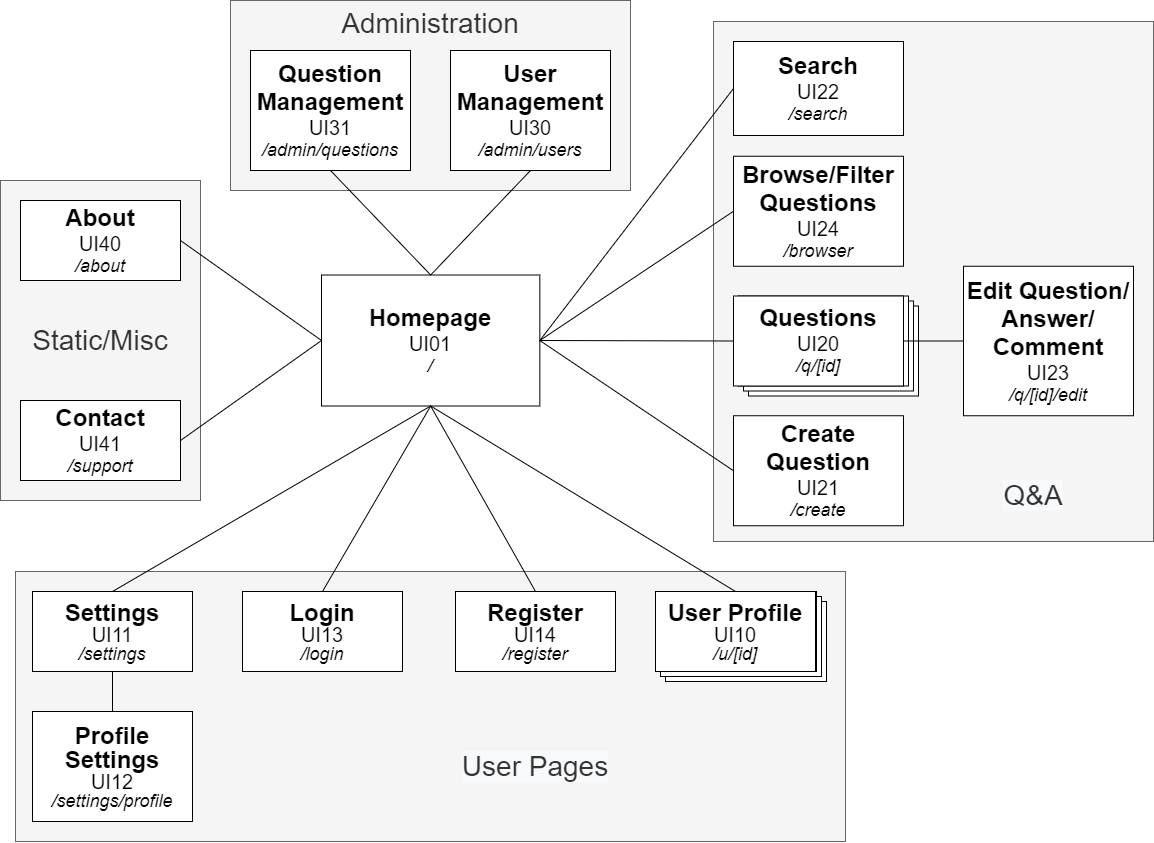
Above: img/sitemap.drawio.png in FabioMiguel2000/iNeedHelp (draw.io), before the change. Source tidied: cells renumbered, new cells last; positions are measured from the earlier drawing's top-left corner, leaving out a move shared by most shapes.
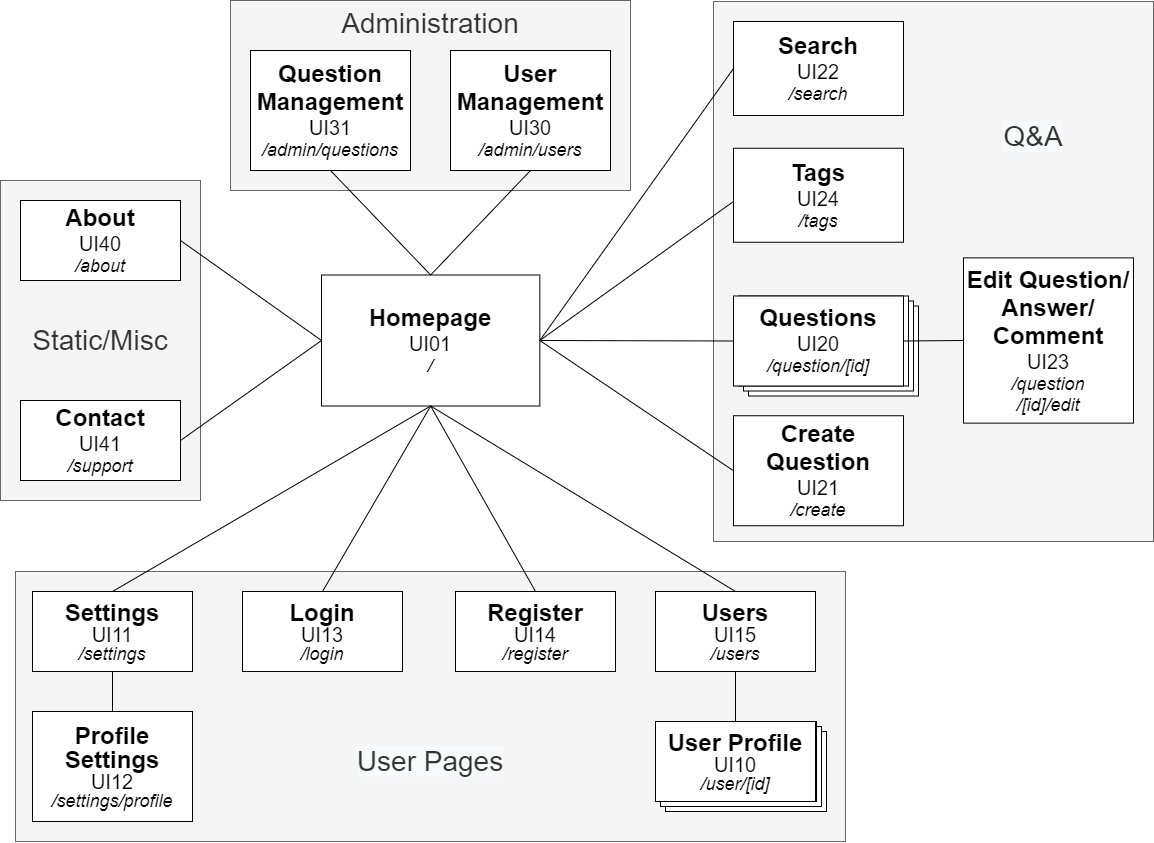
The same diagram one commit later.

Change to the diagram source:
```diff
@@ -3,13 +3,13 @@
     <mxCell id="0" />
     <mxCell id="1" parent="0" />
     <mxCell id="2" style="rounded=0;whiteSpace=wrap;html=1;fontColor=#333333;strokeColor=#666666;fillColor=#f5f5f5;verticalAlign=bottom;align=right;" parent="1" vertex="1">
-      <mxGeometry x="713" y="21" width="440" height="520" as="geometry" />
+      <mxGeometry x="713" y="1" width="440" height="540" as="geometry" />
     </mxCell>
     <mxCell id="3" style="rounded=0;whiteSpace=wrap;html=1;fontSize=28;fontColor=#333333;strokeColor=#666666;fillColor=#f5f5f5;verticalAlign=bottom;" parent="1" vertex="1">
       <mxGeometry x="15" y="571" width="830" height="270" as="geometry" />
     </mxCell>
     <mxCell id="4" style="verticalLabelPosition=bottom;verticalAlign=top;html=1;shape=mxgraph.basic.layered_rect;dx=10;fontSize=16;strokeWidth=1;" parent="1" vertex="1">
-      <mxGeometry x="655" y="591" width="171" height="90" as="geometry" />
+      <mxGeometry x="655" y="721" width="171" height="90" as="geometry" />
     </mxCell>
     <mxCell id="5" style="verticalLabelPosition=bottom;verticalAlign=top;html=1;shape=mxgraph.basic.layered_rect;dx=10;fontSize=16;strokeWidth=1;" parent="1" vertex="1">
       <mxGeometry x="738" y="295.5" width="180" height="100" as="geometry" />
@@ -23,16 +23,16 @@
     <mxCell id="8" value="&lt;font&gt;&lt;b&gt;&lt;font style=&quot;font-size: 24px&quot;&gt;Homepage&lt;/font&gt;&lt;br&gt;&lt;/b&gt;&lt;/font&gt;&lt;font&gt;&lt;span style=&quot;font-size: 20px&quot;&gt;UI01&lt;/span&gt;&lt;br&gt;&lt;font style=&quot;font-size: 18px&quot;&gt;&lt;i&gt;/&lt;/i&gt;&lt;/font&gt;&lt;br&gt;&lt;/font&gt;" style="rounded=0;whiteSpace=wrap;html=1;fillColor=default;strokeColor=default;fontColor=default;spacing=2;" parent="1" vertex="1">
       <mxGeometry x="321" y="274.5" width="218.3" height="131" as="geometry" />
     </mxCell>
-    <mxCell id="9" value="&lt;font&gt;&lt;b&gt;&lt;span style=&quot;font-size: 24px&quot;&gt;Questions&lt;/span&gt;&lt;br&gt;&lt;/b&gt;&lt;/font&gt;&lt;font&gt;&lt;span style=&quot;font-size: 20px&quot;&gt;UI20&lt;/span&gt;&lt;br&gt;&lt;font style=&quot;font-size: 18px&quot;&gt;&lt;i&gt;/q/[id]&lt;/i&gt;&lt;/font&gt;&lt;br&gt;&lt;/font&gt;" style="rounded=0;whiteSpace=wrap;html=1;fillColor=default;strokeColor=default;fontColor=default;shadow=0;spacing=2;" parent="1" vertex="1">
+    <mxCell id="9" value="&lt;font&gt;&lt;b&gt;&lt;span style=&quot;font-size: 24px&quot;&gt;Questions&lt;/span&gt;&lt;br&gt;&lt;/b&gt;&lt;/font&gt;&lt;font&gt;&lt;span style=&quot;font-size: 20px&quot;&gt;UI20&lt;/span&gt;&lt;br&gt;&lt;font style=&quot;font-size: 18px&quot;&gt;&lt;i&gt;/question/[id]&lt;/i&gt;&lt;/font&gt;&lt;br&gt;&lt;/font&gt;" style="rounded=0;whiteSpace=wrap;html=1;fillColor=default;strokeColor=default;fontColor=default;shadow=0;spacing=2;" parent="1" vertex="1">
       <mxGeometry x="733" y="295.5" width="170" height="90" as="geometry" />
     </mxCell>
     <mxCell id="10" style="endArrow=none;html=1;rounded=0;labelBackgroundColor=default;fontSize=18;fontColor=default;strokeColor=default;exitX=1;exitY=0.5;exitDx=0;exitDy=0;entryX=0;entryY=0.5;entryDx=0;entryDy=0;fillColor=default;spacing=2;" parent="1" edge="1" source="8" target="9">
       <mxGeometry relative="1" as="geometry" />
     </mxCell>
-    <mxCell id="11" value="&lt;p style=&quot;line-height: 1&quot;&gt;&lt;font&gt;&lt;b&gt;&lt;font style=&quot;font-size: 24px&quot;&gt;User Profile&lt;/font&gt;&lt;br&gt;&lt;/b&gt;&lt;/font&gt;&lt;font&gt;&lt;span style=&quot;font-size: 20px&quot;&gt;UI10&lt;/span&gt;&lt;br&gt;&lt;font style=&quot;font-size: 18px&quot;&gt;&lt;i&gt;/u/[id]&lt;/i&gt;&lt;/font&gt;&lt;br&gt;&lt;/font&gt;&lt;/p&gt;" style="rounded=0;whiteSpace=wrap;html=1;fillColor=default;strokeColor=default;fontColor=default;spacing=2;" parent="1" vertex="1">
-      <mxGeometry x="655" y="591" width="160" height="80" as="geometry" />
+    <mxCell id="11" value="&lt;p style=&quot;line-height: 1&quot;&gt;&lt;font&gt;&lt;b&gt;&lt;font style=&quot;font-size: 24px&quot;&gt;User Profile&lt;/font&gt;&lt;br&gt;&lt;/b&gt;&lt;/font&gt;&lt;font&gt;&lt;span style=&quot;font-size: 20px&quot;&gt;UI10&lt;/span&gt;&lt;br&gt;&lt;font style=&quot;font-size: 18px&quot;&gt;&lt;i&gt;/user/[id]&lt;/i&gt;&lt;/font&gt;&lt;br&gt;&lt;/font&gt;&lt;/p&gt;" style="rounded=0;whiteSpace=wrap;html=1;fillColor=default;strokeColor=default;fontColor=default;spacing=2;" parent="1" vertex="1">
+      <mxGeometry x="655" y="721" width="160" height="80" as="geometry" />
     </mxCell>
-    <mxCell id="12" style="endArrow=none;html=1;rounded=0;labelBackgroundColor=default;fontSize=18;fontColor=default;strokeColor=default;fillColor=default;entryX=0.5;entryY=1;entryDx=0;entryDy=0;exitX=0.5;exitY=0;exitDx=0;exitDy=0;spacing=2;" parent="1" edge="1" source="11" target="8">
+    <mxCell id="12" style="endArrow=none;html=1;rounded=0;labelBackgroundColor=default;fontSize=18;fontColor=default;strokeColor=default;fillColor=default;entryX=0.5;entryY=1;entryDx=0;entryDy=0;exitX=0.5;exitY=0;exitDx=0;exitDy=0;spacing=2;" parent="1" edge="1" source="40" target="8">
       <mxGeometry relative="1" as="geometry" />
     </mxCell>
     <mxCell id="13" value="&lt;font&gt;&lt;b&gt;&lt;font style=&quot;font-size: 24px&quot;&gt;About&lt;/font&gt;&lt;br&gt;&lt;/b&gt;&lt;/font&gt;&lt;font&gt;&lt;span style=&quot;font-size: 20px&quot;&gt;UI40&lt;/span&gt;&lt;br&gt;&lt;font style=&quot;font-size: 18px&quot;&gt;&lt;i&gt;/about&lt;/i&gt;&lt;/font&gt;&lt;br&gt;&lt;/font&gt;" style="rounded=0;whiteSpace=wrap;html=1;fillColor=default;strokeColor=default;fontColor=default;spacing=2;" parent="1" vertex="1">
@@ -42,7 +42,7 @@
       <mxGeometry relative="1" as="geometry" />
     </mxCell>
     <mxCell id="15" value="&lt;font&gt;&lt;b&gt;&lt;span style=&quot;font-size: 24px&quot;&gt;Search&lt;/span&gt;&lt;br&gt;&lt;/b&gt;&lt;/font&gt;&lt;font&gt;&lt;span style=&quot;font-size: 20px&quot;&gt;UI22&lt;/span&gt;&lt;br&gt;&lt;font style=&quot;font-size: 18px&quot;&gt;&lt;i&gt;/search&lt;/i&gt;&lt;/font&gt;&lt;br&gt;&lt;/font&gt;" style="rounded=0;whiteSpace=wrap;html=1;fillColor=default;strokeColor=default;fontColor=default;spacing=2;" parent="1" vertex="1">
-      <mxGeometry x="733" y="41" width="170" height="94" as="geometry" />
+      <mxGeometry x="733" y="21" width="170" height="94" as="geometry" />
     </mxCell>
     <mxCell id="16" style="endArrow=none;html=1;rounded=0;labelBackgroundColor=default;fontColor=default;strokeColor=default;fillColor=default;exitX=0;exitY=0.5;exitDx=0;exitDy=0;entryX=1;entryY=0.5;entryDx=0;entryDy=0;" parent="1" edge="1" source="15" target="8">
       <mxGeometry relative="1" as="geometry" />
@@ -98,20 +98,26 @@
     <mxCell id="33" style="endArrow=none;html=1;rounded=0;exitX=1;exitY=0.5;exitDx=0;exitDy=0;entryX=0;entryY=0.5;entryDx=0;entryDy=0;" parent="1" edge="1" source="9" target="34">
       <mxGeometry relative="1" as="geometry" />
     </mxCell>
-    <mxCell id="34" value="&lt;font&gt;&lt;b&gt;&lt;span style=&quot;font-size: 24px&quot;&gt;Edit Question/&lt;br&gt;Answer/&lt;br&gt;Comment&lt;/span&gt;&lt;br&gt;&lt;/b&gt;&lt;/font&gt;&lt;font&gt;&lt;span style=&quot;font-size: 20px&quot;&gt;UI23&lt;/span&gt;&lt;br&gt;&lt;font style=&quot;font-size: 18px&quot;&gt;&lt;i&gt;/q/[id]/edit&lt;/i&gt;&lt;/font&gt;&lt;br&gt;&lt;/font&gt;" style="rounded=0;whiteSpace=wrap;html=1;fillColor=default;strokeColor=default;fontColor=default;shadow=0;spacing=2;" parent="1" vertex="1">
-      <mxGeometry x="963" y="265.8" width="170" height="149.5" as="geometry" />
+    <mxCell id="34" value="&lt;font&gt;&lt;b&gt;&lt;span style=&quot;font-size: 24px&quot;&gt;Edit Question/&lt;br&gt;Answer/&lt;br&gt;Comment&lt;/span&gt;&lt;br&gt;&lt;/b&gt;&lt;/font&gt;&lt;font&gt;&lt;span style=&quot;font-size: 20px&quot;&gt;UI23&lt;/span&gt;&lt;br&gt;&lt;font style=&quot;font-size: 18px&quot;&gt;&lt;i&gt;/&lt;/i&gt;&lt;i&gt;question&lt;/i&gt;&lt;i&gt;&lt;br&gt;/[id]/edit&lt;/i&gt;&lt;/font&gt;&lt;br&gt;&lt;/font&gt;" style="rounded=0;whiteSpace=wrap;html=1;fillColor=default;strokeColor=default;fontColor=default;shadow=0;spacing=2;" parent="1" vertex="1">
+      <mxGeometry x="963" y="257.4" width="170" height="165.2" as="geometry" />
     </mxCell>
     <mxCell id="35" value="&#10;&#10;&lt;span style=&quot;color: rgb(51, 51, 51); font-family: helvetica; font-size: 28px; font-style: normal; font-weight: 400; letter-spacing: normal; text-align: right; text-indent: 0px; text-transform: none; word-spacing: 0px; background-color: rgb(248, 249, 250); display: inline; float: none;&quot;&gt;Q&amp;amp;A&lt;/span&gt;&#10;&#10;" style="text;html=1;strokeColor=none;fillColor=none;align=center;verticalAlign=middle;whiteSpace=wrap;rounded=0;" parent="1" vertex="1">
-      <mxGeometry x="1003" y="480" width="60" height="30" as="geometry" />
+      <mxGeometry x="1003" y="121" width="60" height="30" as="geometry" />
     </mxCell>
     <mxCell id="36" value="&#10;&#10;&lt;span style=&quot;color: rgb(51, 51, 51); font-family: helvetica; font-size: 28px; font-style: normal; font-weight: 400; letter-spacing: normal; text-align: center; text-indent: 0px; text-transform: none; word-spacing: 0px; background-color: rgb(248, 249, 250); display: inline; float: none;&quot;&gt;User Pages&lt;/span&gt;&#10;&#10;" style="text;html=1;strokeColor=none;fillColor=none;align=center;verticalAlign=middle;whiteSpace=wrap;rounded=0;" parent="1" vertex="1">
-      <mxGeometry x="456" y="751" width="158" height="30" as="geometry" />
+      <mxGeometry x="351.2" y="746" width="158" height="30" as="geometry" />
     </mxCell>
-    <mxCell id="37" value="&lt;font&gt;&lt;b&gt;&lt;span style=&quot;font-size: 24px&quot;&gt;Browse/Filter&lt;br&gt;&lt;/span&gt;&lt;font style=&quot;font-size: 24px&quot;&gt;Questions&lt;/font&gt;&lt;br&gt;&lt;/b&gt;&lt;/font&gt;&lt;font&gt;&lt;span style=&quot;font-size: 20px&quot;&gt;UI24&lt;/span&gt;&lt;br&gt;&lt;font style=&quot;font-size: 18px&quot;&gt;&lt;i&gt;/browser&lt;/i&gt;&lt;/font&gt;&lt;br&gt;&lt;/font&gt;" style="rounded=0;whiteSpace=wrap;html=1;fillColor=default;strokeColor=default;fontColor=default;spacing=2;" parent="1" vertex="1">
-      <mxGeometry x="733" y="155.8" width="170" height="110" as="geometry" />
-    </mxCell>
-    <mxCell id="38" style="endArrow=none;html=1;rounded=0;entryX=1;entryY=0.5;entryDx=0;entryDy=0;exitX=0;exitY=0.5;exitDx=0;exitDy=0;" parent="1" edge="1" source="37" target="8">
+    <mxCell id="38" style="endArrow=none;html=1;rounded=0;entryX=1;entryY=0.5;entryDx=0;entryDy=0;exitX=0;exitY=0.566;exitDx=0;exitDy=0;exitPerimeter=0;" parent="1" edge="1" source="39" target="8">
       <mxGeometry relative="1" as="geometry" />
     </mxCell>
+    <mxCell id="39" value="&lt;font&gt;&lt;b&gt;&lt;span style=&quot;font-size: 24px&quot;&gt;Tags&lt;/span&gt;&lt;br&gt;&lt;/b&gt;&lt;/font&gt;&lt;font&gt;&lt;span style=&quot;font-size: 20px&quot;&gt;UI24&lt;/span&gt;&lt;br&gt;&lt;font style=&quot;font-size: 18px&quot;&gt;&lt;i&gt;/tags&lt;/i&gt;&lt;/font&gt;&lt;br&gt;&lt;/font&gt;" style="rounded=0;whiteSpace=wrap;html=1;fillColor=default;strokeColor=default;fontColor=default;spacing=2;" parent="1" vertex="1">
+      <mxGeometry x="733" y="147.8" width="170" height="94" as="geometry" />
+    </mxCell>
+    <mxCell id="40" value="&lt;p style=&quot;line-height: 1&quot;&gt;&lt;font&gt;&lt;b&gt;&lt;font style=&quot;font-size: 24px&quot;&gt;Users&lt;/font&gt;&lt;br&gt;&lt;/b&gt;&lt;/font&gt;&lt;font&gt;&lt;span style=&quot;font-size: 20px&quot;&gt;UI15&lt;/span&gt;&lt;br&gt;&lt;font style=&quot;font-size: 18px&quot;&gt;&lt;i&gt;/users&lt;/i&gt;&lt;/font&gt;&lt;br&gt;&lt;/font&gt;&lt;/p&gt;" style="rounded=0;whiteSpace=wrap;html=1;fillColor=default;strokeColor=default;fontColor=default;spacing=2;" parent="1" vertex="1">
+      <mxGeometry x="655" y="591" width="160" height="80" as="geometry" />
+    </mxCell>
+    <mxCell id="41" style="endArrow=none;html=1;rounded=0;entryX=0.5;entryY=1;entryDx=0;entryDy=0;exitX=0.5;exitY=0;exitDx=0;exitDy=0;" parent="1" edge="1" source="11" target="40">
+      <mxGeometry relative="1" as="geometry" />
+    </mxCell>
   </root>
 </mxGraphModel>
```
